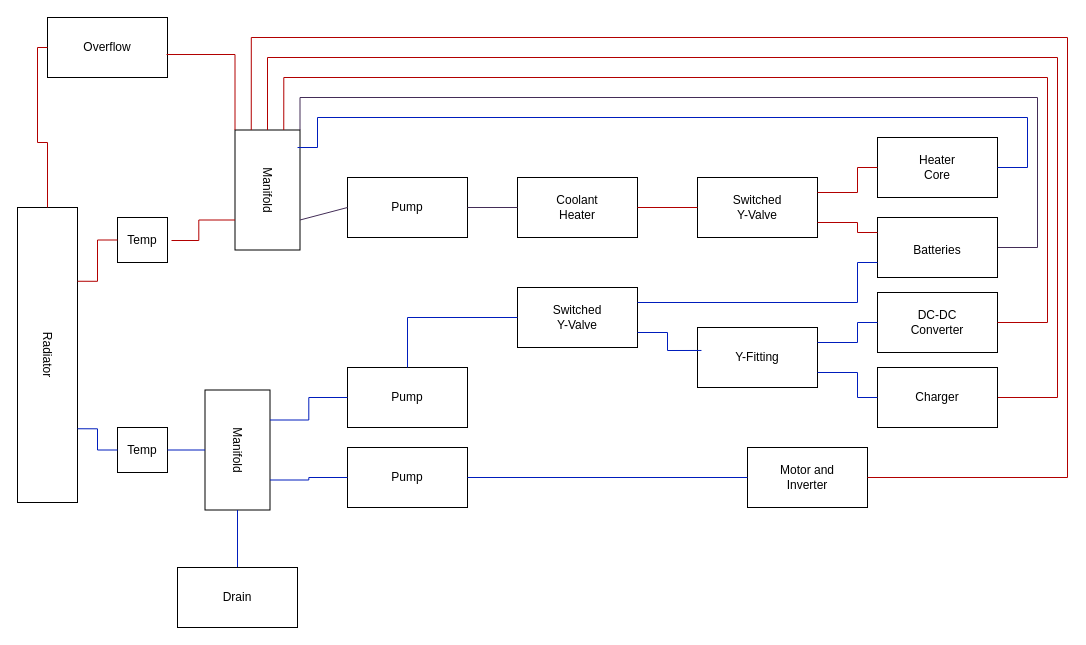
This is CoolantLoops.drawio from cdvanhorn/ForsanRaneaf, a draw.io file, before an edit. Source tidied: cells renumbered, new cells numbered last; positions are measured from the earlier drawing's top-left corner, leaving out a move shared by most shapes. Both pictures are drawn from the tidied source at 100%, with x=0, y=0 at pixel (17, 17).
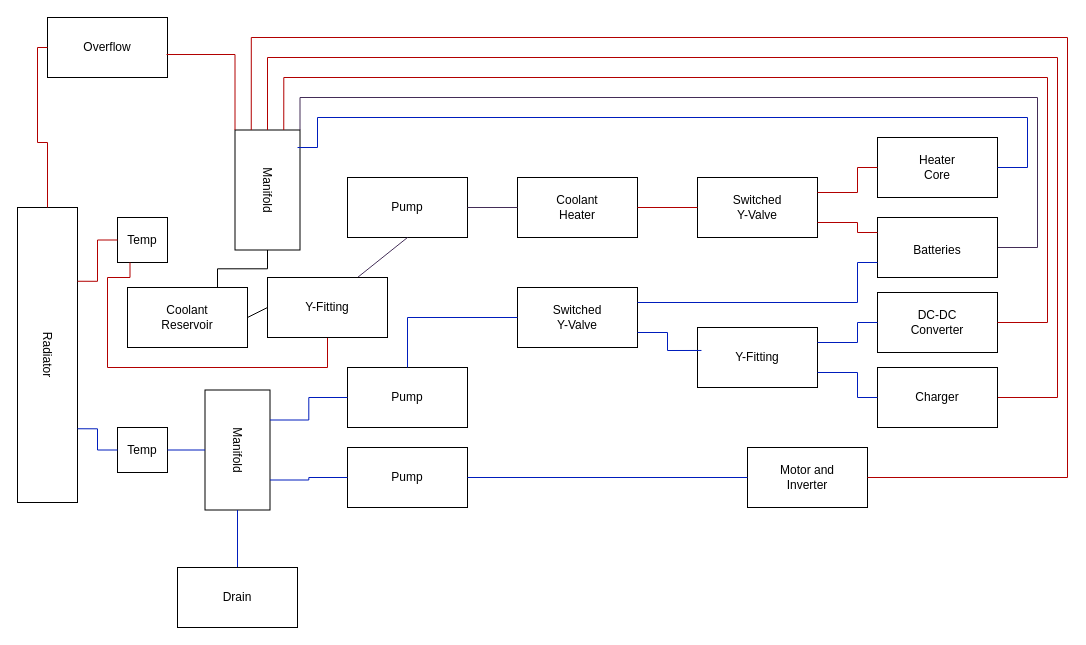
The same page after the edit.

Unchanged cells that the change refers to:
```xml
<mxCell id="15" style="rounded=0;whiteSpace=wrap;html=1;rotation=90;" parent="14" vertex="1">
  <mxGeometry width="120" height="65" as="geometry" />
</mxCell>
<mxCell id="53" style="rounded=0;whiteSpace=wrap;html=1;" parent="52" vertex="1">
  <mxGeometry width="120" height="60" as="geometry" />
</mxCell>
<mxCell id="62" style="rounded=0;whiteSpace=wrap;html=1;" parent="61" vertex="1">
  <mxGeometry width="50" height="45" as="geometry" />
</mxCell>
<mxCell id="63" value="Temp" style="text;html=1;align=center;verticalAlign=middle;whiteSpace=wrap;rounded=0;" parent="61" vertex="1">
  <mxGeometry x="5" y="7.5" width="40" height="30" as="geometry" />
</mxCell>
```

Diff of the diagram source:
```diff
@@
-    <mxCell id="70" style="endArrow=none;html=1;rounded=0;entryX=0.75;entryY=1;entryDx=0;entryDy=0;exitX=1.225;exitY=0.517;exitDx=0;exitDy=0;exitPerimeter=0;edgeStyle=orthogonalEdgeStyle;fillColor=#e51400;strokeColor=#B20000;" parent="1" edge="1" source="63" target="15">
-      <mxGeometry relative="1" as="geometry" />
+    <mxCell id="70" style="endArrow=none;html=1;rounded=0;entryX=0.5;entryY=0;entryDx=0;entryDy=0;exitX=0.25;exitY=1;exitDx=0;exitDy=0;edgeStyle=orthogonalEdgeStyle;fillColor=#e51400;strokeColor=#B20000;" parent="1" edge="1" source="62" target="85">
+      <mxGeometry relative="1" as="geometry">
+        <Array as="points">
+          <mxPoint x="113" y="260" />
+          <mxPoint x="90" y="260" />
+          <mxPoint x="90" y="350" />
+          <mxPoint x="310" y="350" />
+        </Array>
+      </mxGeometry>
     </mxCell>
@@
-    <mxCell id="75" style="endArrow=none;html=1;rounded=0;exitX=0.75;exitY=0;exitDx=0;exitDy=0;entryX=0;entryY=0.5;entryDx=0;entryDy=0;fillColor=#76608a;strokeColor=#432D57;" parent="1" edge="1" source="15" target="53">
+    <mxCell id="75" style="endArrow=none;html=1;rounded=0;exitX=0.75;exitY=0;exitDx=0;exitDy=0;entryX=0.5;entryY=1;entryDx=0;entryDy=0;fillColor=#76608a;strokeColor=#432D57;" parent="1" edge="1" source="85" target="53">
       <mxGeometry relative="1" as="geometry" />
     </mxCell>
@@
+    <mxCell id="82" style="rounded=0;whiteSpace=wrap;html=1;" parent="1" vertex="1">
+      <mxGeometry x="110" y="270" width="120" height="60" as="geometry" />
+    </mxCell>
+    <mxCell id="83" value="Coolant Reservoir" style="text;html=1;align=center;verticalAlign=middle;whiteSpace=wrap;rounded=0;" parent="1" vertex="1">
+      <mxGeometry x="140" y="285" width="60" height="30" as="geometry" />
+    </mxCell>
+    <mxCell id="84" style="group;" parent="1" vertex="1">
+      <mxGeometry x="250" y="260" width="120" height="60" as="geometry" />
+    </mxCell>
+    <mxCell id="85" style="rounded=0;whiteSpace=wrap;html=1;" parent="84" vertex="1">
+      <mxGeometry width="120" height="60" as="geometry" />
+    </mxCell>
+    <mxCell id="86" value="Y-Fitting" style="text;html=1;align=center;verticalAlign=middle;whiteSpace=wrap;rounded=0;" parent="84" vertex="1">
+      <mxGeometry x="30" y="15" width="60" height="30" as="geometry" />
+    </mxCell>
+    <mxCell id="87" style="endArrow=none;html=1;rounded=0;entryX=1;entryY=0.5;entryDx=0;entryDy=0;exitX=0;exitY=0.5;exitDx=0;exitDy=0;" parent="1" edge="1" source="85" target="82">
+      <mxGeometry relative="1" as="geometry" />
+    </mxCell>
+    <mxCell id="88" style="endArrow=none;html=1;rounded=0;entryX=1;entryY=0.5;entryDx=0;entryDy=0;exitX=0.75;exitY=0;exitDx=0;exitDy=0;edgeStyle=orthogonalEdgeStyle;" parent="1" edge="1" source="82" target="15">
+      <mxGeometry relative="1" as="geometry" />
+    </mxCell>
```
